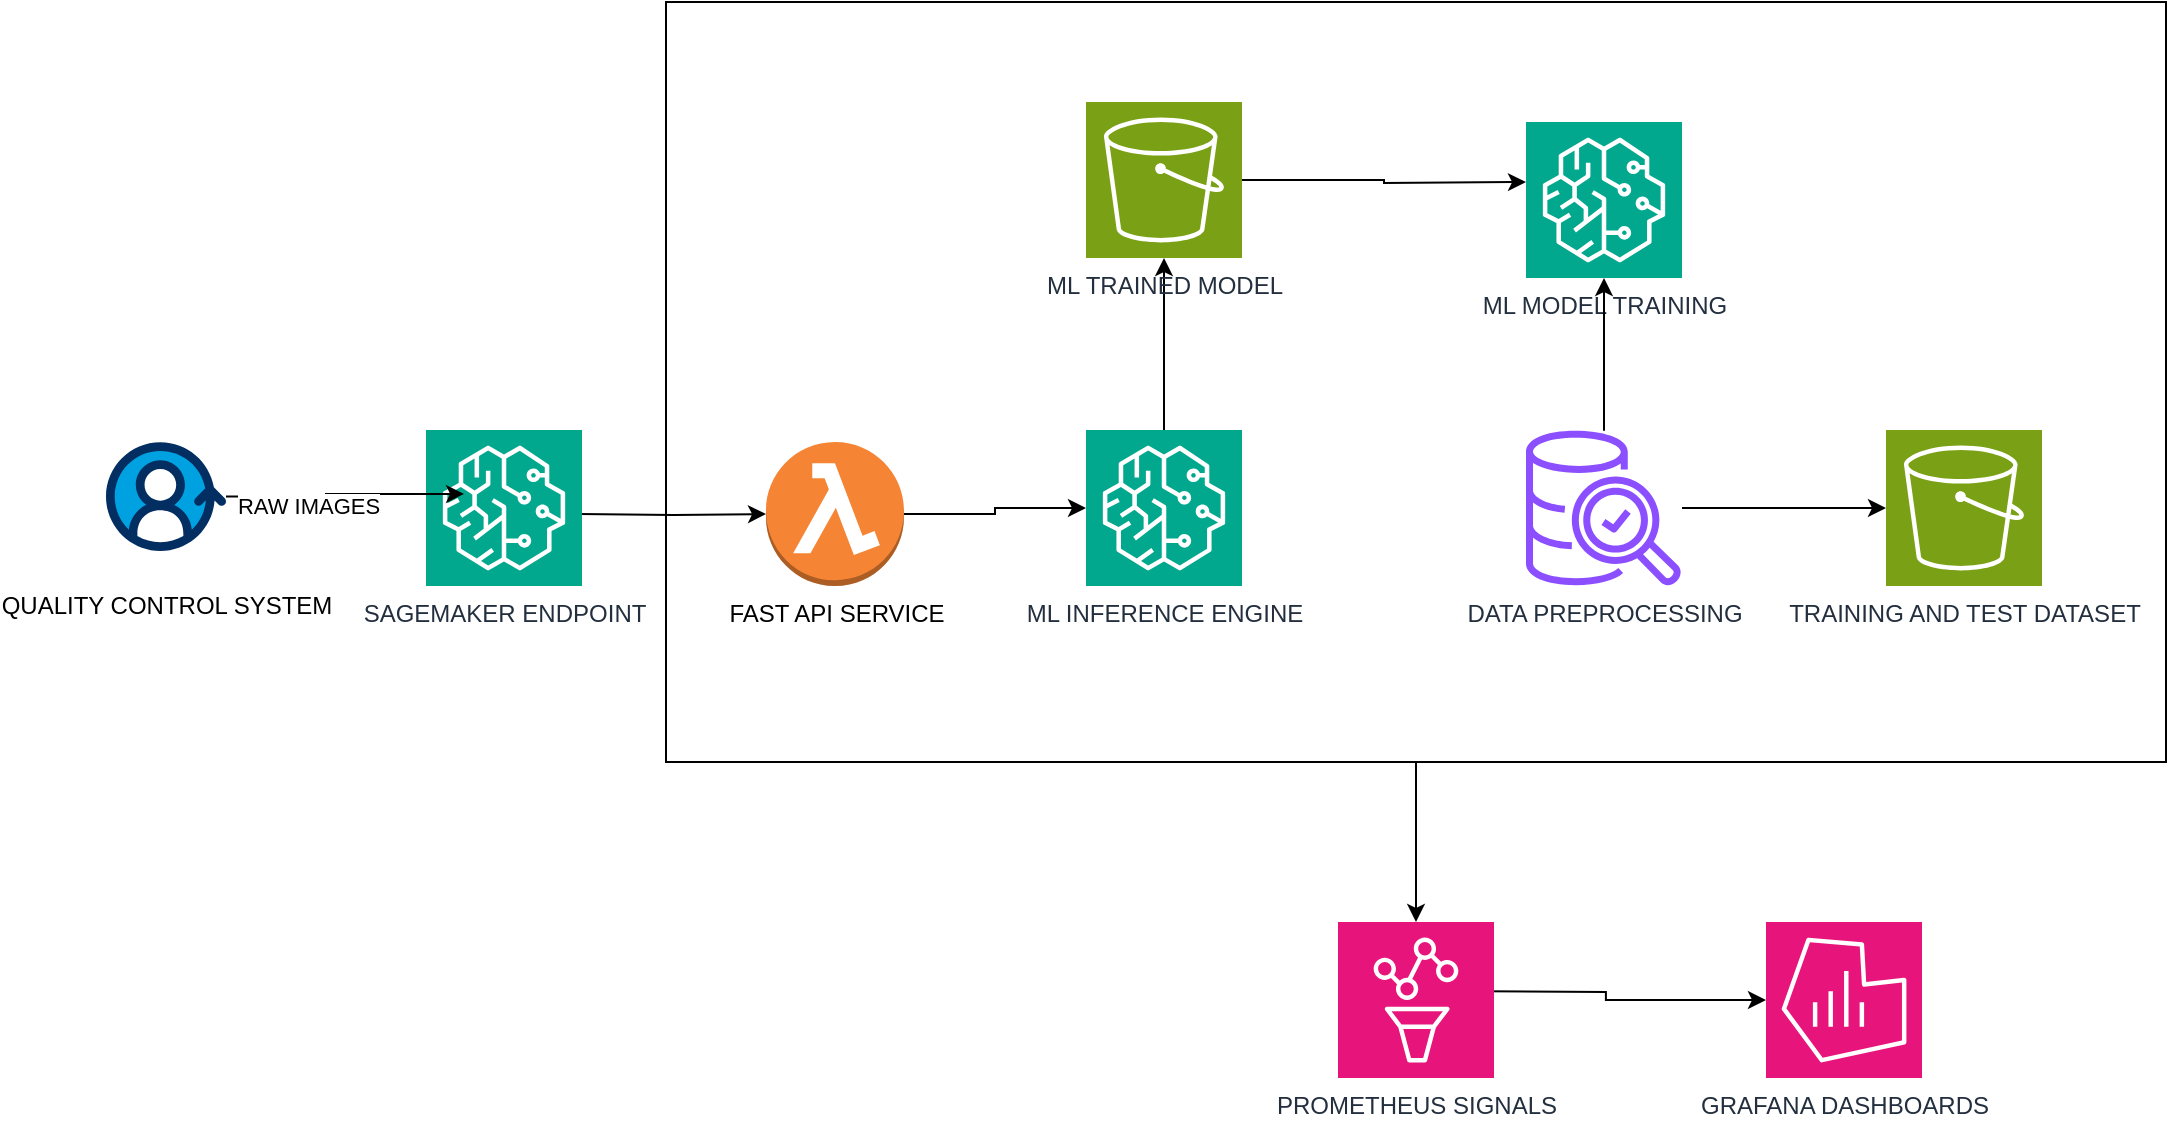
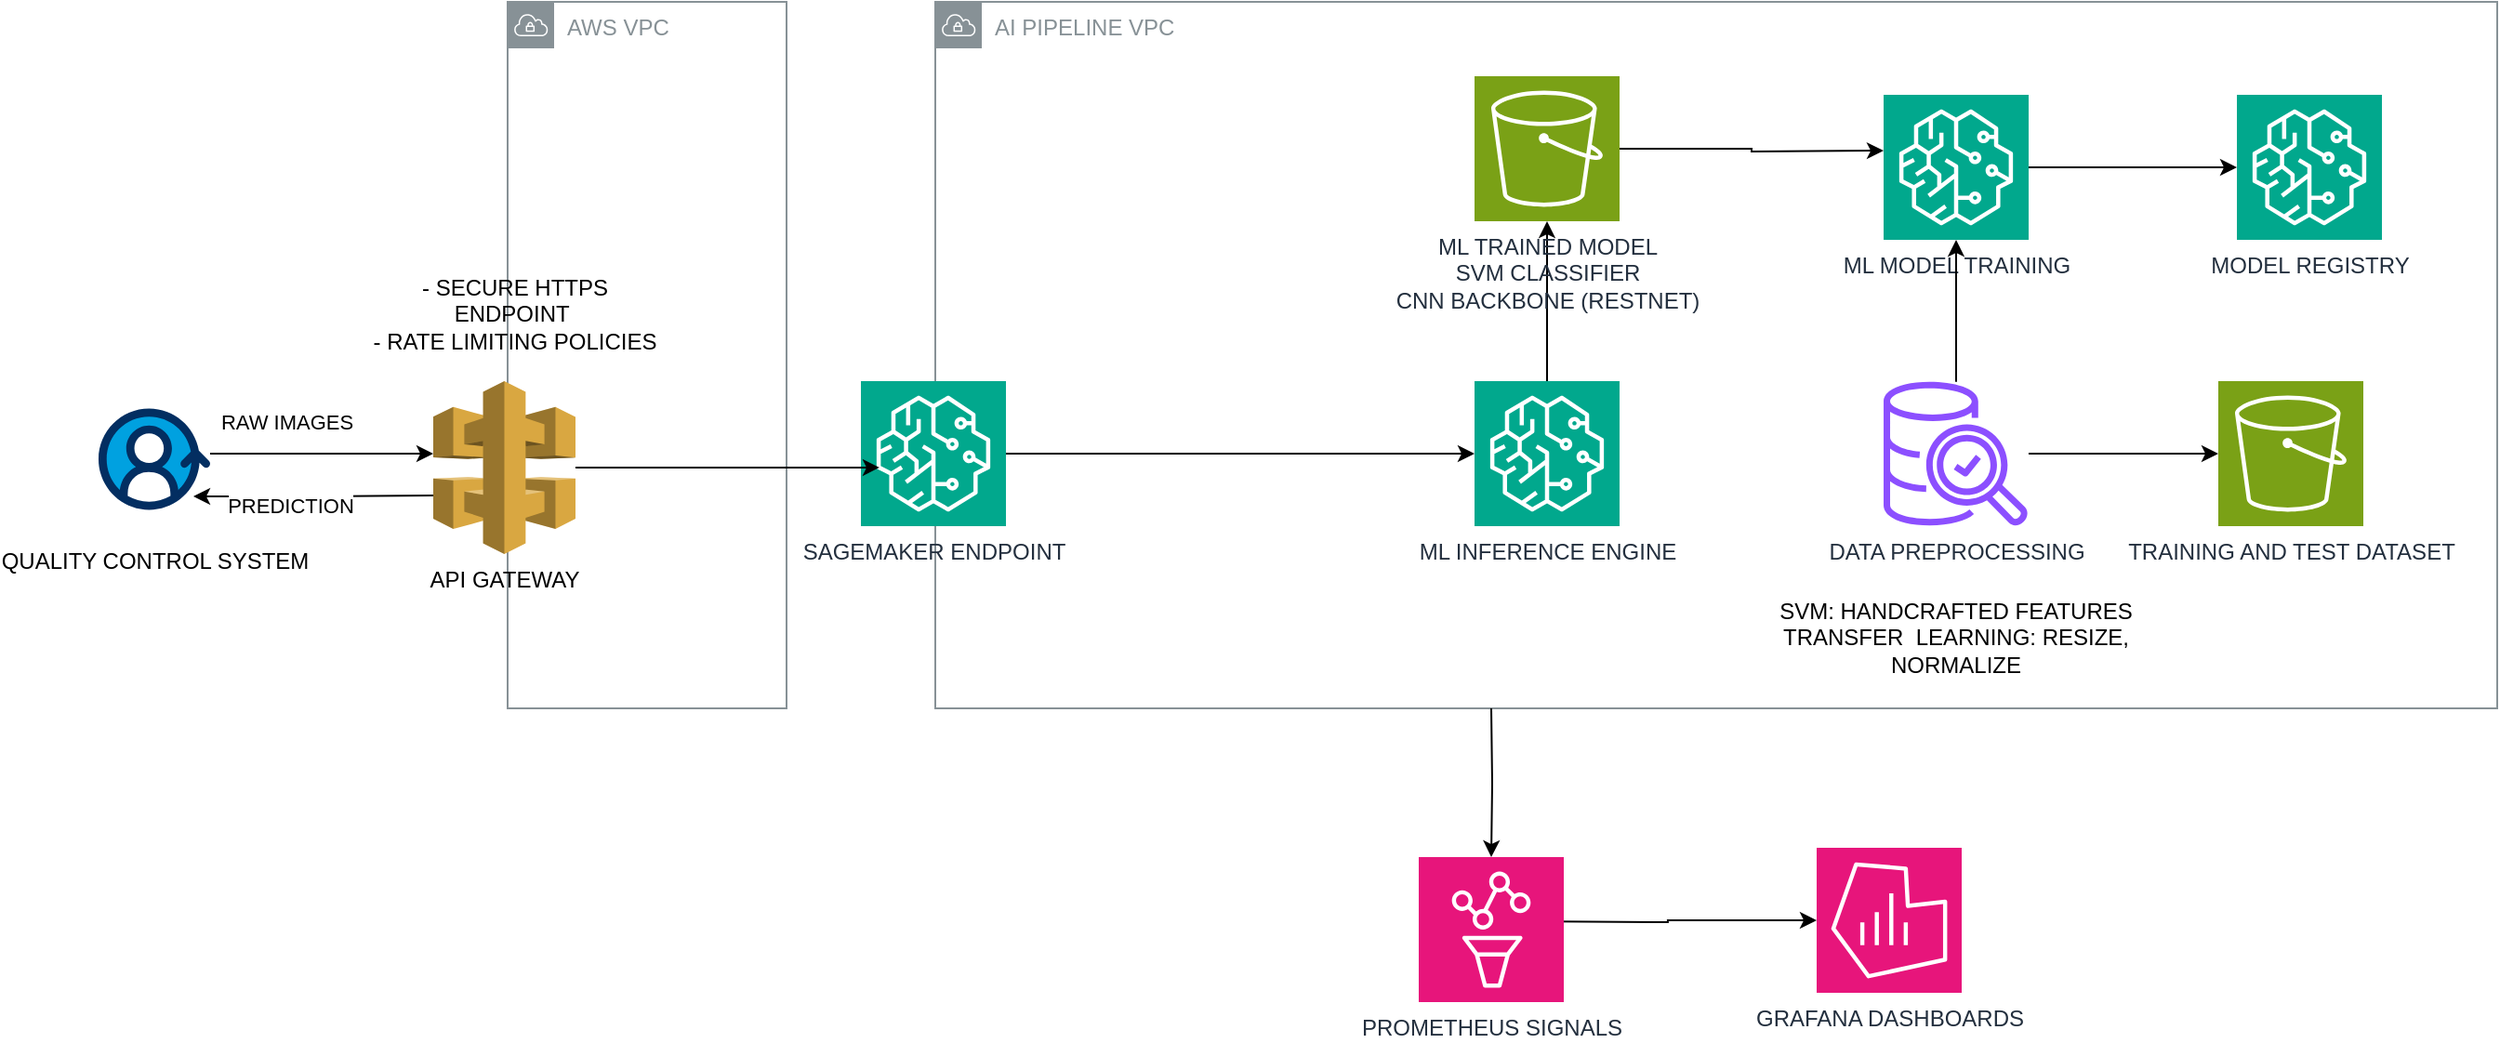
<mxfile host="app.diagrams.net">
  <diagram name="Page-1" id="hEYgBLBoZn8GvoCW3pwb">
-     <mxGraphModel dx="2031" dy="761" grid="1" gridSize="10" guides="1" tooltips="1" connect="1" arrows="1" fold="1" page="1" pageScale="1" pageWidth="827" pageHeight="1169" math="0" shadow="0">
+     <mxGraphModel dx="2031" dy="760" grid="1" gridSize="10" guides="1" tooltips="1" connect="1" arrows="1" fold="1" page="1" pageScale="1" pageWidth="827" pageHeight="1169" math="0" shadow="0">
      <root>
        <mxCell id="0" />
        <mxCell id="1" parent="0" />
-         <mxCell id="qdIRdacZ9aRxpwBwOakk-1" parent="1" style="outlineConnect=0;dashed=0;verticalLabelPosition=bottom;verticalAlign=top;align=center;html=1;shape=mxgraph.aws3.lambda_function;fillColor=#F58534;gradientColor=none;" value="FAST API SERVICE" vertex="1">
-           <mxGeometry height="72" width="69" x="380" y="360" as="geometry" />
+         <mxCell id="B6NXUkkEmoZpNjY4SoPp-3" parent="1" style="sketch=0;outlineConnect=0;gradientColor=none;html=1;whiteSpace=wrap;fontSize=12;fontStyle=0;shape=mxgraph.aws4.group;grIcon=mxgraph.aws4.group_vpc;strokeColor=#879196;fillColor=none;verticalAlign=top;align=left;spacingLeft=30;fontColor=#879196;dashed=0;" value="AI PIPELINE VPC" vertex="1">
+           <mxGeometry height="380" width="840" x="250" y="150" as="geometry" />
        </mxCell>
-         <mxCell id="Btv_CyVeGUCVNPXlEjLH-2" edge="1" parent="1" style="edgeStyle=orthogonalEdgeStyle;rounded=0;orthogonalLoop=1;jettySize=auto;html=1;" target="qdIRdacZ9aRxpwBwOakk-1">
-           <mxGeometry relative="1" as="geometry">
-             <mxPoint x="286.5" y="396" as="sourcePoint" />
-           </mxGeometry>
+         <mxCell id="B6NXUkkEmoZpNjY4SoPp-4" parent="1" style="sketch=0;outlineConnect=0;gradientColor=none;html=1;whiteSpace=wrap;fontSize=12;fontStyle=0;shape=mxgraph.aws4.group;grIcon=mxgraph.aws4.group_vpc;strokeColor=#879196;fillColor=none;verticalAlign=top;align=left;spacingLeft=30;fontColor=#879196;dashed=0;" value="AWS VPC" vertex="1">
+           <mxGeometry height="380" width="150" x="20" y="150" as="geometry" />
+         </mxCell>
+         <mxCell id="B6NXUkkEmoZpNjY4SoPp-14" edge="1" parent="1" source="Btv_CyVeGUCVNPXlEjLH-3" style="edgeStyle=orthogonalEdgeStyle;rounded=0;orthogonalLoop=1;jettySize=auto;html=1;" target="Btv_CyVeGUCVNPXlEjLH-4">
+           <mxGeometry relative="1" as="geometry" />
        </mxCell>
        <mxCell id="Btv_CyVeGUCVNPXlEjLH-3" parent="1" style="sketch=0;points=[[0,0,0],[0.25,0,0],[0.5,0,0],[0.75,0,0],[1,0,0],[0,1,0],[0.25,1,0],[0.5,1,0],[0.75,1,0],[1,1,0],[0,0.25,0],[0,0.5,0],[0,0.75,0],[1,0.25,0],[1,0.5,0],[1,0.75,0]];outlineConnect=0;fontColor=#232F3E;fillColor=#01A88D;strokeColor=#ffffff;dashed=0;verticalLabelPosition=bottom;verticalAlign=top;align=center;html=1;fontSize=12;fontStyle=0;aspect=fixed;shape=mxgraph.aws4.resourceIcon;resIcon=mxgraph.aws4.sagemaker;" value="SAGEMAKER ENDPOINT" vertex="1">
          <mxGeometry height="78" width="78" x="210" y="354" as="geometry" />
        </mxCell>
        <mxCell id="Btv_CyVeGUCVNPXlEjLH-6" edge="1" parent="1" source="Btv_CyVeGUCVNPXlEjLH-4" style="edgeStyle=orthogonalEdgeStyle;rounded=0;orthogonalLoop=1;jettySize=auto;html=1;" target="Btv_CyVeGUCVNPXlEjLH-5">
          <mxGeometry relative="1" as="geometry" />
        </mxCell>
        <mxCell id="Btv_CyVeGUCVNPXlEjLH-4" parent="1" style="sketch=0;points=[[0,0,0],[0.25,0,0],[0.5,0,0],[0.75,0,0],[1,0,0],[0,1,0],[0.25,1,0],[0.5,1,0],[0.75,1,0],[1,1,0],[0,0.25,0],[0,0.5,0],[0,0.75,0],[1,0.25,0],[1,0.5,0],[1,0.75,0]];outlineConnect=0;fontColor=#232F3E;fillColor=#01A88D;strokeColor=#ffffff;dashed=0;verticalLabelPosition=bottom;verticalAlign=top;align=center;html=1;fontSize=12;fontStyle=0;aspect=fixed;shape=mxgraph.aws4.resourceIcon;resIcon=mxgraph.aws4.sagemaker;" value="ML INFERENCE ENGINE" vertex="1">
          <mxGeometry height="78" width="78" x="540" y="354" as="geometry" />
        </mxCell>
-         <mxCell id="Btv_CyVeGUCVNPXlEjLH-5" parent="1" style="sketch=0;points=[[0,0,0],[0.25,0,0],[0.5,0,0],[0.75,0,0],[1,0,0],[0,1,0],[0.25,1,0],[0.5,1,0],[0.75,1,0],[1,1,0],[0,0.25,0],[0,0.5,0],[0,0.75,0],[1,0.25,0],[1,0.5,0],[1,0.75,0]];outlineConnect=0;fontColor=#232F3E;fillColor=#7AA116;strokeColor=#ffffff;dashed=0;verticalLabelPosition=bottom;verticalAlign=top;align=center;html=1;fontSize=12;fontStyle=0;aspect=fixed;shape=mxgraph.aws4.resourceIcon;resIcon=mxgraph.aws4.s3;" value="ML TRAINED MODEL" vertex="1">
+         <mxCell id="Btv_CyVeGUCVNPXlEjLH-5" parent="1" style="sketch=0;points=[[0,0,0],[0.25,0,0],[0.5,0,0],[0.75,0,0],[1,0,0],[0,1,0],[0.25,1,0],[0.5,1,0],[0.75,1,0],[1,1,0],[0,0.25,0],[0,0.5,0],[0,0.75,0],[1,0.25,0],[1,0.5,0],[1,0.75,0]];outlineConnect=0;fontColor=#232F3E;fillColor=#7AA116;strokeColor=#ffffff;dashed=0;verticalLabelPosition=bottom;verticalAlign=top;align=center;html=1;fontSize=12;fontStyle=0;aspect=fixed;shape=mxgraph.aws4.resourceIcon;resIcon=mxgraph.aws4.s3;" value="&lt;div&gt;ML TRAINED MODEL&lt;/div&gt;&lt;div&gt;SVM CLASSIFIER&lt;/div&gt;&lt;div&gt;CNN BACKBONE (RESTNET)&lt;/div&gt;" vertex="1">
          <mxGeometry height="78" width="78" x="540" y="190" as="geometry" />
        </mxCell>
-         <mxCell id="Btv_CyVeGUCVNPXlEjLH-7" edge="1" parent="1" source="qdIRdacZ9aRxpwBwOakk-1" style="edgeStyle=orthogonalEdgeStyle;rounded=0;orthogonalLoop=1;jettySize=auto;html=1;entryX=0;entryY=0.5;entryDx=0;entryDy=0;entryPerimeter=0;" target="Btv_CyVeGUCVNPXlEjLH-4">
+         <mxCell id="B6NXUkkEmoZpNjY4SoPp-16" edge="1" parent="1" source="Btv_CyVeGUCVNPXlEjLH-8" style="edgeStyle=orthogonalEdgeStyle;rounded=0;orthogonalLoop=1;jettySize=auto;html=1;" target="B6NXUkkEmoZpNjY4SoPp-15">
          <mxGeometry relative="1" as="geometry" />
        </mxCell>
        <mxCell id="Btv_CyVeGUCVNPXlEjLH-8" parent="1" style="sketch=0;points=[[0,0,0],[0.25,0,0],[0.5,0,0],[0.75,0,0],[1,0,0],[0,1,0],[0.25,1,0],[0.5,1,0],[0.75,1,0],[1,1,0],[0,0.25,0],[0,0.5,0],[0,0.75,0],[1,0.25,0],[1,0.5,0],[1,0.75,0]];outlineConnect=0;fontColor=#232F3E;fillColor=#01A88D;strokeColor=#ffffff;dashed=0;verticalLabelPosition=bottom;verticalAlign=top;align=center;html=1;fontSize=12;fontStyle=0;aspect=fixed;shape=mxgraph.aws4.resourceIcon;resIcon=mxgraph.aws4.sagemaker;" value="ML MODEL TRAINING" vertex="1">
          <mxGeometry height="78" width="78" x="760" y="200" as="geometry" />
        </mxCell>
        <mxCell id="Btv_CyVeGUCVNPXlEjLH-9" edge="1" parent="1" source="Btv_CyVeGUCVNPXlEjLH-5" style="edgeStyle=orthogonalEdgeStyle;rounded=0;orthogonalLoop=1;jettySize=auto;html=1;">
          <mxGeometry relative="1" as="geometry">
            <mxPoint x="760" y="230" as="targetPoint" />
          </mxGeometry>
        </mxCell>
        <mxCell id="Btv_CyVeGUCVNPXlEjLH-16" edge="1" parent="1" source="Btv_CyVeGUCVNPXlEjLH-10" style="edgeStyle=orthogonalEdgeStyle;rounded=0;orthogonalLoop=1;jettySize=auto;html=1;" target="Btv_CyVeGUCVNPXlEjLH-15">
          <mxGeometry relative="1" as="geometry" />
        </mxCell>
        <mxCell id="Btv_CyVeGUCVNPXlEjLH-10" parent="1" style="sketch=0;outlineConnect=0;fontColor=#232F3E;gradientColor=none;fillColor=#8C4FFF;strokeColor=none;dashed=0;verticalLabelPosition=bottom;verticalAlign=top;align=center;html=1;fontSize=12;fontStyle=0;aspect=fixed;pointerEvents=1;shape=mxgraph.aws4.aws_glue_data_quality;" value="DATA PREPROCESSING" vertex="1">
          <mxGeometry height="78" width="78" x="760" y="354" as="geometry" />
        </mxCell>
        <mxCell id="Btv_CyVeGUCVNPXlEjLH-11" edge="1" parent="1" source="Btv_CyVeGUCVNPXlEjLH-10" style="edgeStyle=orthogonalEdgeStyle;rounded=0;orthogonalLoop=1;jettySize=auto;html=1;entryX=0.5;entryY=1;entryDx=0;entryDy=0;entryPerimeter=0;" target="Btv_CyVeGUCVNPXlEjLH-8">
          <mxGeometry relative="1" as="geometry" />
        </mxCell>
        <mxCell id="Btv_CyVeGUCVNPXlEjLH-12" parent="1" style="verticalLabelPosition=bottom;aspect=fixed;html=1;shape=mxgraph.salesforce.customer_360;fillColor=none;strokeColor=none;" value="QUALITY CONTROL SYSTEM" vertex="1">
-           <mxGeometry height="54.6" width="60" x="50" y="360" as="geometry" />
-         </mxCell>
-         <mxCell id="Btv_CyVeGUCVNPXlEjLH-13" edge="1" parent="1" source="Btv_CyVeGUCVNPXlEjLH-12" style="edgeStyle=orthogonalEdgeStyle;rounded=0;orthogonalLoop=1;jettySize=auto;html=1;entryX=0.244;entryY=0.41;entryDx=0;entryDy=0;entryPerimeter=0;" target="Btv_CyVeGUCVNPXlEjLH-3">
-           <mxGeometry relative="1" as="geometry" />
-         </mxCell>
-         <mxCell id="Btv_CyVeGUCVNPXlEjLH-14" connectable="0" parent="Btv_CyVeGUCVNPXlEjLH-13" style="edgeLabel;html=1;align=center;verticalAlign=middle;resizable=0;points=[];" value="RAW IMAGES" vertex="1">
-           <mxGeometry relative="1" x="-0.3186" y="-4" as="geometry">
-             <mxPoint as="offset" />
-           </mxGeometry>
+           <mxGeometry height="54.6" width="60" x="-200" y="368.7" as="geometry" />
        </mxCell>
        <mxCell id="Btv_CyVeGUCVNPXlEjLH-15" parent="1" style="sketch=0;points=[[0,0,0],[0.25,0,0],[0.5,0,0],[0.75,0,0],[1,0,0],[0,1,0],[0.25,1,0],[0.5,1,0],[0.75,1,0],[1,1,0],[0,0.25,0],[0,0.5,0],[0,0.75,0],[1,0.25,0],[1,0.5,0],[1,0.75,0]];outlineConnect=0;fontColor=#232F3E;fillColor=#7AA116;strokeColor=#ffffff;dashed=0;verticalLabelPosition=bottom;verticalAlign=top;align=center;html=1;fontSize=12;fontStyle=0;aspect=fixed;shape=mxgraph.aws4.resourceIcon;resIcon=mxgraph.aws4.s3;" value="TRAINING AND TEST DATASET" vertex="1">
          <mxGeometry height="78" width="78" x="940" y="354" as="geometry" />
        </mxCell>
-         <mxCell id="Btv_CyVeGUCVNPXlEjLH-19" parent="1" style="rounded=0;whiteSpace=wrap;html=1;fillColor=none;" value="" vertex="1">
-           <mxGeometry height="380" width="750" x="330" y="140" as="geometry" />
-         </mxCell>
        <mxCell id="Btv_CyVeGUCVNPXlEjLH-21" parent="1" style="sketch=0;points=[[0,0,0],[0.25,0,0],[0.5,0,0],[0.75,0,0],[1,0,0],[0,1,0],[0.25,1,0],[0.5,1,0],[0.75,1,0],[1,1,0],[0,0.25,0],[0,0.5,0],[0,0.75,0],[1,0.25,0],[1,0.5,0],[1,0.75,0]];points=[[0,0,0],[0.25,0,0],[0.5,0,0],[0.75,0,0],[1,0,0],[0,1,0],[0.25,1,0],[0.5,1,0],[0.75,1,0],[1,1,0],[0,0.25,0],[0,0.5,0],[0,0.75,0],[1,0.25,0],[1,0.5,0],[1,0.75,0]];outlineConnect=0;fontColor=#232F3E;fillColor=#E7157B;strokeColor=#ffffff;dashed=0;verticalLabelPosition=bottom;verticalAlign=top;align=center;html=1;fontSize=12;fontStyle=0;aspect=fixed;shape=mxgraph.aws4.resourceIcon;resIcon=mxgraph.aws4.managed_service_for_grafana;" value="GRAFANA DASHBOARDS" vertex="1">
-           <mxGeometry height="78" width="78" x="880" y="600" as="geometry" />
+           <mxGeometry height="78" width="78" x="724" y="605" as="geometry" />
        </mxCell>
        <mxCell id="Btv_CyVeGUCVNPXlEjLH-24" edge="1" parent="1" style="edgeStyle=orthogonalEdgeStyle;rounded=0;orthogonalLoop=1;jettySize=auto;html=1;" target="Btv_CyVeGUCVNPXlEjLH-21">
          <mxGeometry relative="1" as="geometry">
-             <mxPoint x="718.9000000000001" y="634.5" as="sourcePoint" />
+             <mxPoint x="562.9000000000001" y="644.5" as="sourcePoint" />
          </mxGeometry>
        </mxCell>
-         <mxCell id="Btv_CyVeGUCVNPXlEjLH-23" edge="1" parent="1" source="Btv_CyVeGUCVNPXlEjLH-19" style="edgeStyle=orthogonalEdgeStyle;rounded=0;orthogonalLoop=1;jettySize=auto;html=1;entryX=0.5;entryY=0;entryDx=0;entryDy=0;entryPerimeter=0;" target="Btv_CyVeGUCVNPXlEjLH-25">
+         <mxCell id="Btv_CyVeGUCVNPXlEjLH-23" edge="1" parent="1" style="edgeStyle=orthogonalEdgeStyle;rounded=0;orthogonalLoop=1;jettySize=auto;html=1;entryX=0.5;entryY=0;entryDx=0;entryDy=0;entryPerimeter=0;" target="Btv_CyVeGUCVNPXlEjLH-25">
          <mxGeometry relative="1" as="geometry">
-             <mxPoint x="704.9634999999998" y="621.9804999999999" as="targetPoint" />
+             <mxPoint x="549" y="530" as="sourcePoint" />
+             <mxPoint x="548.9634999999998" y="631.9804999999999" as="targetPoint" />
          </mxGeometry>
        </mxCell>
        <mxCell id="Btv_CyVeGUCVNPXlEjLH-25" parent="1" style="sketch=0;points=[[0,0,0],[0.25,0,0],[0.5,0,0],[0.75,0,0],[1,0,0],[0,1,0],[0.25,1,0],[0.5,1,0],[0.75,1,0],[1,1,0],[0,0.25,0],[0,0.5,0],[0,0.75,0],[1,0.25,0],[1,0.5,0],[1,0.75,0]];points=[[0,0,0],[0.25,0,0],[0.5,0,0],[0.75,0,0],[1,0,0],[0,1,0],[0.25,1,0],[0.5,1,0],[0.75,1,0],[1,1,0],[0,0.25,0],[0,0.5,0],[0,0.75,0],[1,0.25,0],[1,0.5,0],[1,0.75,0]];outlineConnect=0;fontColor=#232F3E;fillColor=#E7157B;strokeColor=#ffffff;dashed=0;verticalLabelPosition=bottom;verticalAlign=top;align=center;html=1;fontSize=12;fontStyle=0;aspect=fixed;shape=mxgraph.aws4.resourceIcon;resIcon=mxgraph.aws4.managed_service_for_prometheus;" value="PROMETHEUS SIGNALS" vertex="1">
-           <mxGeometry height="78" width="78" x="666" y="600" as="geometry" />
+           <mxGeometry height="78" width="78" x="510" y="610" as="geometry" />
+         </mxCell>
+         <mxCell id="B6NXUkkEmoZpNjY4SoPp-6" edge="1" parent="1" source="Btv_CyVeGUCVNPXlEjLH-12" style="edgeStyle=orthogonalEdgeStyle;rounded=0;orthogonalLoop=1;jettySize=auto;html=1;" target="B6NXUkkEmoZpNjY4SoPp-5" value="">
+           <mxGeometry relative="1" as="geometry">
+             <Array as="points">
+               <mxPoint x="-40" y="393" />
+               <mxPoint x="-40" y="393" />
+             </Array>
+             <mxPoint x="-100" y="393" as="sourcePoint" />
+             <mxPoint x="229" y="386" as="targetPoint" />
+           </mxGeometry>
+         </mxCell>
+         <mxCell id="B6NXUkkEmoZpNjY4SoPp-7" connectable="0" parent="B6NXUkkEmoZpNjY4SoPp-6" style="edgeLabel;html=1;align=center;verticalAlign=middle;resizable=0;points=[];" value="RAW IMAGES" vertex="1">
+           <mxGeometry relative="1" x="-0.3186" y="-4" as="geometry">
+             <mxPoint y="-21" as="offset" />
+           </mxGeometry>
+         </mxCell>
+         <mxCell id="B6NXUkkEmoZpNjY4SoPp-5" parent="1" style="outlineConnect=0;dashed=0;verticalLabelPosition=bottom;verticalAlign=top;align=center;html=1;shape=mxgraph.aws3.api_gateway;fillColor=#D9A741;gradientColor=none;" value="API GATEWAY" vertex="1">
+           <mxGeometry height="93" width="76.5" x="-20" y="354" as="geometry" />
+         </mxCell>
+         <mxCell id="B6NXUkkEmoZpNjY4SoPp-9" edge="1" parent="1" style="edgeStyle=orthogonalEdgeStyle;rounded=0;orthogonalLoop=1;jettySize=auto;html=1;entryX=0.85;entryY=0.592;entryDx=0;entryDy=0;entryPerimeter=0;">
+           <mxGeometry relative="1" as="geometry">
+             <mxPoint x="-20" y="415.5" as="sourcePoint" />
+             <mxPoint x="-149" y="416.0036039562067" as="targetPoint" />
+           </mxGeometry>
+         </mxCell>
+         <mxCell id="B6NXUkkEmoZpNjY4SoPp-10" connectable="0" parent="B6NXUkkEmoZpNjY4SoPp-9" style="edgeLabel;html=1;align=center;verticalAlign=middle;resizable=0;points=[];" value="PREDICTION" vertex="1">
+           <mxGeometry relative="1" x="0.1971" y="4" as="geometry">
+             <mxPoint as="offset" />
+           </mxGeometry>
+         </mxCell>
+         <mxCell id="B6NXUkkEmoZpNjY4SoPp-11" parent="1" style="text;html=1;whiteSpace=wrap;strokeColor=none;fillColor=none;align=center;verticalAlign=middle;rounded=0;" value="- SECURE HTTPS ENDPOINT&amp;nbsp;&lt;div&gt;- RATE LIMITING POLICIES&lt;/div&gt;" vertex="1">
+           <mxGeometry height="100" width="168.25" x="-60" y="268" as="geometry" />
+         </mxCell>
+         <mxCell id="B6NXUkkEmoZpNjY4SoPp-12" edge="1" parent="1" source="B6NXUkkEmoZpNjY4SoPp-5" style="edgeStyle=orthogonalEdgeStyle;rounded=0;orthogonalLoop=1;jettySize=auto;html=1;entryX=0.128;entryY=0.596;entryDx=0;entryDy=0;entryPerimeter=0;" target="Btv_CyVeGUCVNPXlEjLH-3">
+           <mxGeometry relative="1" as="geometry" />
+         </mxCell>
+         <mxCell id="B6NXUkkEmoZpNjY4SoPp-15" parent="1" style="sketch=0;points=[[0,0,0],[0.25,0,0],[0.5,0,0],[0.75,0,0],[1,0,0],[0,1,0],[0.25,1,0],[0.5,1,0],[0.75,1,0],[1,1,0],[0,0.25,0],[0,0.5,0],[0,0.75,0],[1,0.25,0],[1,0.5,0],[1,0.75,0]];outlineConnect=0;fontColor=#232F3E;fillColor=#01A88D;strokeColor=#ffffff;dashed=0;verticalLabelPosition=bottom;verticalAlign=top;align=center;html=1;fontSize=12;fontStyle=0;aspect=fixed;shape=mxgraph.aws4.resourceIcon;resIcon=mxgraph.aws4.sagemaker;" value="MODEL REGISTRY" vertex="1">
+           <mxGeometry height="78" width="78" x="950" y="200" as="geometry" />
+         </mxCell>
+         <mxCell id="B6NXUkkEmoZpNjY4SoPp-18" parent="1" style="text;html=1;whiteSpace=wrap;strokeColor=none;fillColor=none;align=center;verticalAlign=middle;rounded=0;" value="&lt;div&gt;SVM: HANDCRAFTED FEATURES&lt;/div&gt;&lt;div&gt;TRANSFER&amp;nbsp; LEARNING: RESIZE, NORMALIZE&lt;/div&gt;" vertex="1">
+           <mxGeometry height="90" width="200" x="699" y="447" as="geometry" />
        </mxCell>
      </root>
    </mxGraphModel>
  </diagram>
</mxfile>
